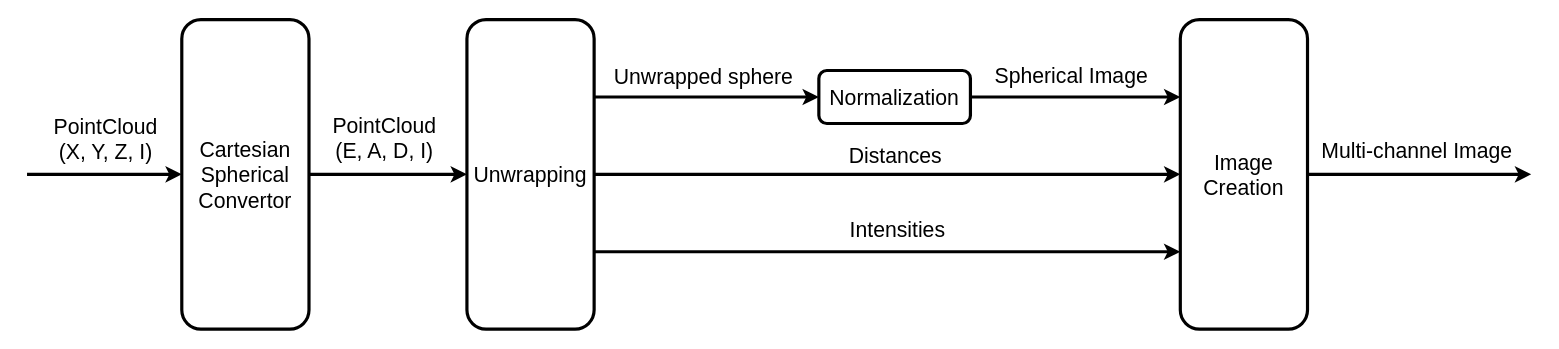
Earlier version of the draw.io diagram Spherical_Projection.drawio (elkuno213/point-cloud-denoising). Source tidied: cells renumbered, new cells numbered last; positions are measured from the earlier drawing's top-left corner, leaving out a move shared by most shapes. Both pictures are drawn from the tidied source at 106%, with x=0, y=0 at pixel (26, 19).
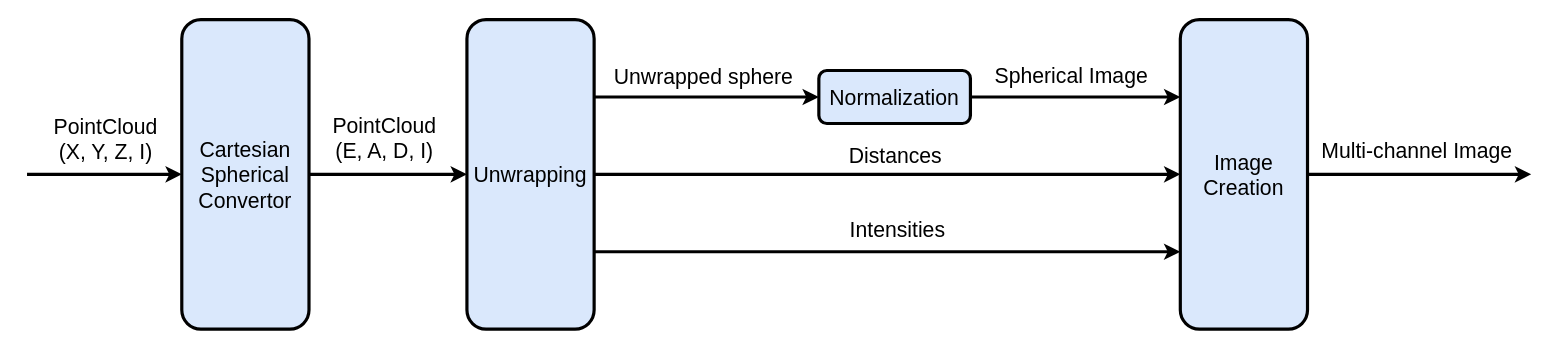
After the change.

Change to the diagram source:
```diff
@@
-    <mxCell id="4" value="&lt;span style=&quot;font-size: 20px&quot;&gt;Cartesian Spherical Convertor&lt;/span&gt;" style="rounded=1;whiteSpace=wrap;html=1;strokeWidth=3;" parent="1" vertex="1">
+    <mxCell id="4" value="&lt;span style=&quot;font-size: 20px&quot;&gt;Cartesian Spherical Convertor&lt;/span&gt;" style="rounded=1;whiteSpace=wrap;html=1;strokeWidth=3;fillColor=#dae8fc;" parent="1" vertex="1">
       <mxGeometry x="146" width="120" height="292" as="geometry" />
     </mxCell>
@@
-    <mxCell id="7" value="&lt;span style=&quot;font-size: 20px&quot;&gt;Unwrapping&lt;/span&gt;" style="rounded=1;whiteSpace=wrap;html=1;strokeWidth=3;" parent="1" vertex="1">
+    <mxCell id="7" value="&lt;span style=&quot;font-size: 20px&quot;&gt;Unwrapping&lt;/span&gt;" style="rounded=1;whiteSpace=wrap;html=1;strokeWidth=3;fillColor=#dae8fc;" parent="1" vertex="1">
       <mxGeometry x="415" width="120" height="292" as="geometry" />
     </mxCell>
@@
-    <mxCell id="16" value="&lt;span style=&quot;font-size: 20px&quot;&gt;Normalization&lt;/span&gt;" style="rounded=1;whiteSpace=wrap;html=1;strokeWidth=3;" parent="1" vertex="1">
+    <mxCell id="16" value="&lt;span style=&quot;font-size: 20px&quot;&gt;Normalization&lt;/span&gt;" style="rounded=1;whiteSpace=wrap;html=1;strokeWidth=3;fillColor=#dae8fc;" parent="1" vertex="1">
       <mxGeometry x="747" y="48" width="143" height="50" as="geometry" />
     </mxCell>
-    <mxCell id="17" value="&lt;span style=&quot;font-size: 20px&quot;&gt;Image Creation&lt;/span&gt;" style="rounded=1;whiteSpace=wrap;html=1;strokeWidth=3;" parent="1" vertex="1">
+    <mxCell id="17" value="&lt;span style=&quot;font-size: 20px&quot;&gt;Image Creation&lt;/span&gt;" style="rounded=1;whiteSpace=wrap;html=1;strokeWidth=3;fillColor=#dae8fc;" parent="1" vertex="1">
       <mxGeometry x="1088" width="120" height="292" as="geometry" />
     </mxCell>
```
